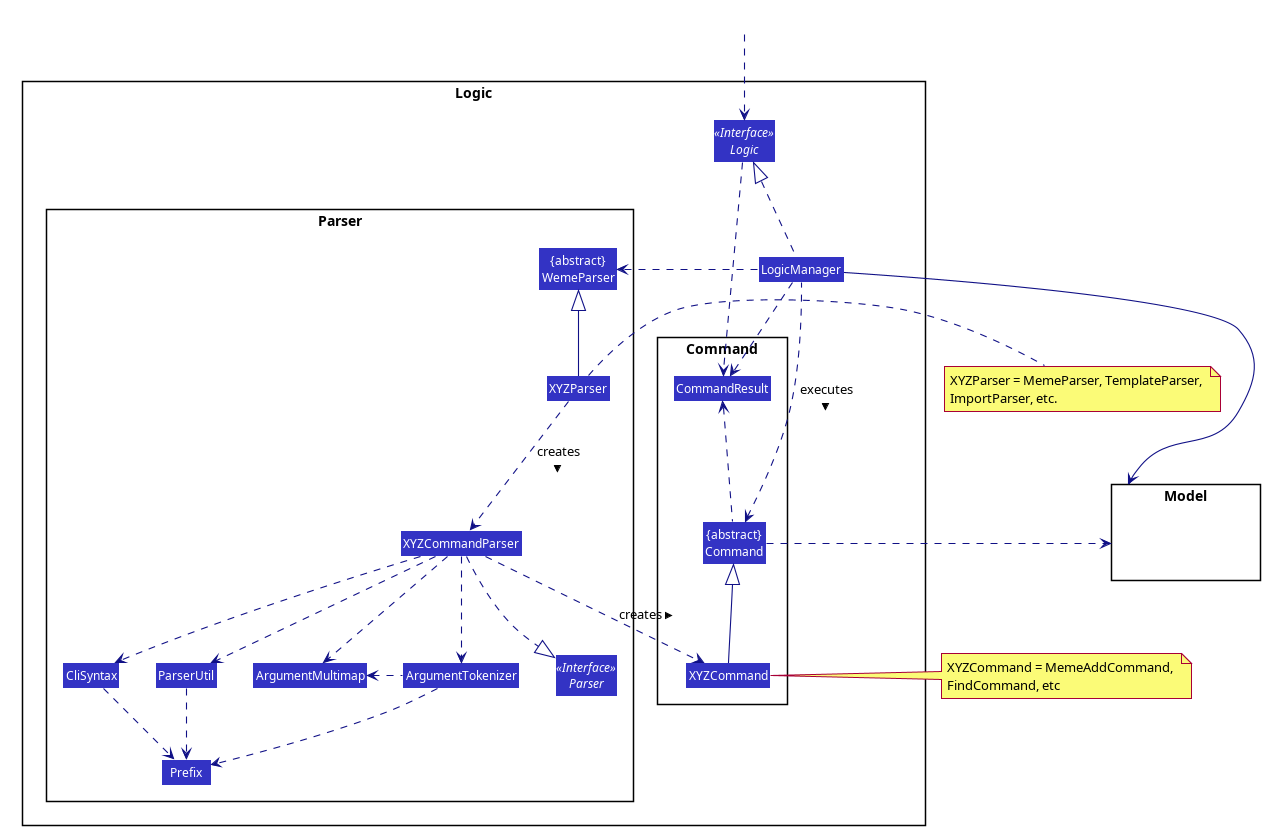
nus-cs2103-AY1920S1/addressbook-level3 keeps this PlantUML diagram as docs/images/LogicClassDiagram.png. Above is the earlier version.
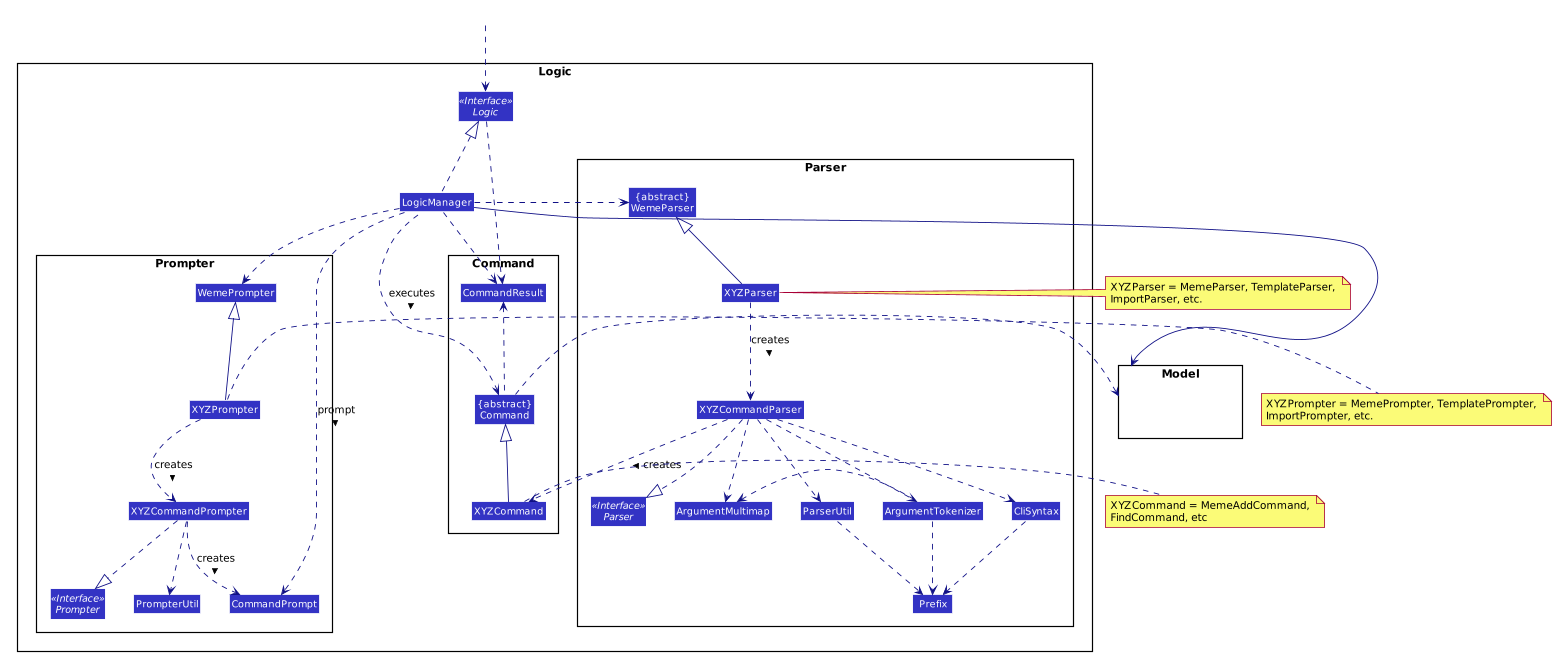
Above is the later version.

Diff of the diagram source:
```diff
@@ -65,6 +65,15 @@
 Class Prefix
 }
 
+package Prompter {
+Interface Prompter <<Interface>>
+Class WemePrompter
+Class XYZPrompter
+Class XYZCommandPrompter
+Class PrompterUtil
+Class CommandPrompt
+}
+
 package Command {
 Class XYZCommand
 Class CommandResult
@@ -84,6 +93,7 @@
 
 LogicManager .up.|> Logic
 LogicManager ..> WemeParser
+LogicManager ..> WemePrompter
 
 XYZParser -up-|> WemeParser
 XYZParser .down.> XYZCommandParser : creates >
@@ -102,6 +112,14 @@
 XYZCommand -up-|> Command
 LogicManager .left.> Command : executes >
 
+XYZPrompter -up-|> WemePrompter
+XYZPrompter .down.> XYZCommandPrompter : creates >
+note right of XYZPrompter: XYZPrompter = MemePrompter, TemplatePrompter, \nImportPrompter, etc.
+XYZCommandPrompter ..> CommandPrompt : creates >
+XYZCommandPrompter ..|> Prompter
+XYZCommandPrompter ..> PrompterUtil
+LogicManager .down.> CommandPrompt : prompt >
+
 LogicManager --> Model
 Command .right.> Model
 note right of XYZCommand: XYZCommand = MemeAddCommand, \nFindCommand, etc
```
